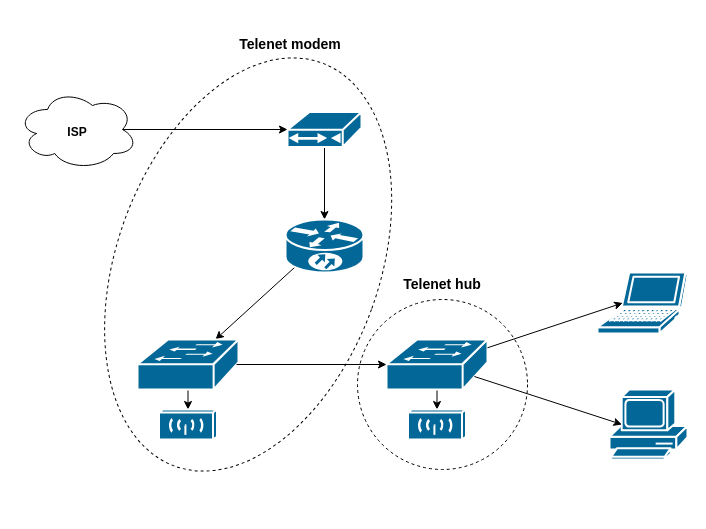
ThomasAdons/NetworkAndSystemManagement keeps this draw.io diagram as Netwerk diagrammen/Thuisnetwerk.drawio. Above is the earlier version. Source tidied: cells renumbered, new cells numbered last; positions are measured from the earlier drawing's top-left corner, leaving out a move shared by most shapes. Both pictures are drawn from the tidied source at 100%, with x=0, y=0 at pixel (17, 29).
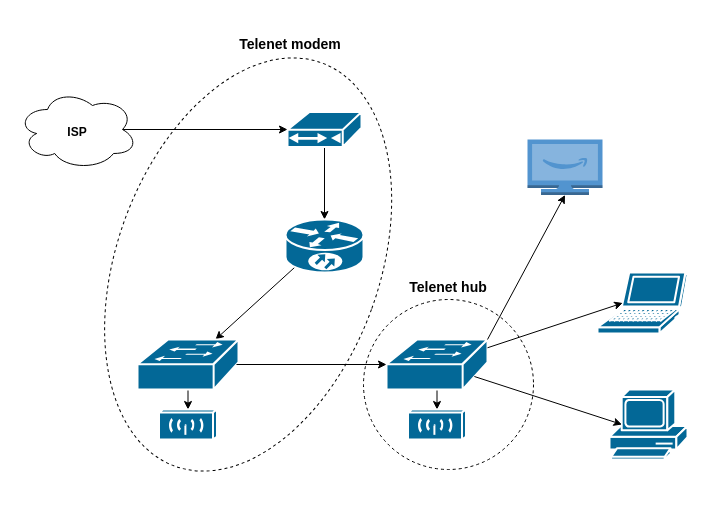
After the change.

Unchanged cells that the change refers to:
```xml
<mxCell id="14" style="shape=mxgraph.cisco.switches.workgroup_switch;sketch=0;html=1;dashed=0;fillColor=#036897;strokeColor=#ffffff;strokeWidth=2;verticalLabelPosition=bottom;verticalAlign=top;align=center;outlineConnect=0;" parent="1" vertex="1">
  <mxGeometry x="369" y="310" width="101" height="50" as="geometry" />
</mxCell>
```

Change to the diagram source:
```diff
@@
     <mxCell id="21" style="ellipse;whiteSpace=wrap;html=1;fillColor=none;dashed=1;" parent="1" vertex="1">
-      <mxGeometry x="340" y="270" width="170" height="170" as="geometry" />
+      <mxGeometry x="346" y="270" width="170" height="170" as="geometry" />
     </mxCell>
     <mxCell id="22" value="&lt;b&gt;&lt;font style=&quot;font-size: 14px;&quot;&gt;Telenet hub&lt;/font&gt;&lt;/b&gt;" style="text;html=1;align=center;verticalAlign=middle;whiteSpace=wrap;rounded=0;" parent="1" vertex="1">
-      <mxGeometry x="372" y="240" width="106" height="30" as="geometry" />
+      <mxGeometry x="378" y="243" width="106" height="30" as="geometry" />
     </mxCell>
@@
+    <mxCell id="24" style="outlineConnect=0;dashed=0;verticalLabelPosition=bottom;verticalAlign=top;align=center;html=1;shape=mxgraph.aws3.fire_tv;fillColor=#5294CF;gradientColor=none;" parent="1" vertex="1">
+      <mxGeometry x="510" y="110" width="75" height="55.5" as="geometry" />
+    </mxCell>
+    <mxCell id="25" style="edgeStyle=none;rounded=0;jettySize=auto;html=1;exitX=1;exitY=0;exitDx=0;exitDy=0;exitPerimeter=0;entryX=0.5;entryY=1;entryDx=0;entryDy=0;entryPerimeter=0;" parent="1" edge="1" source="14" target="24">
+      <mxGeometry relative="1" as="geometry" />
+    </mxCell>
```
